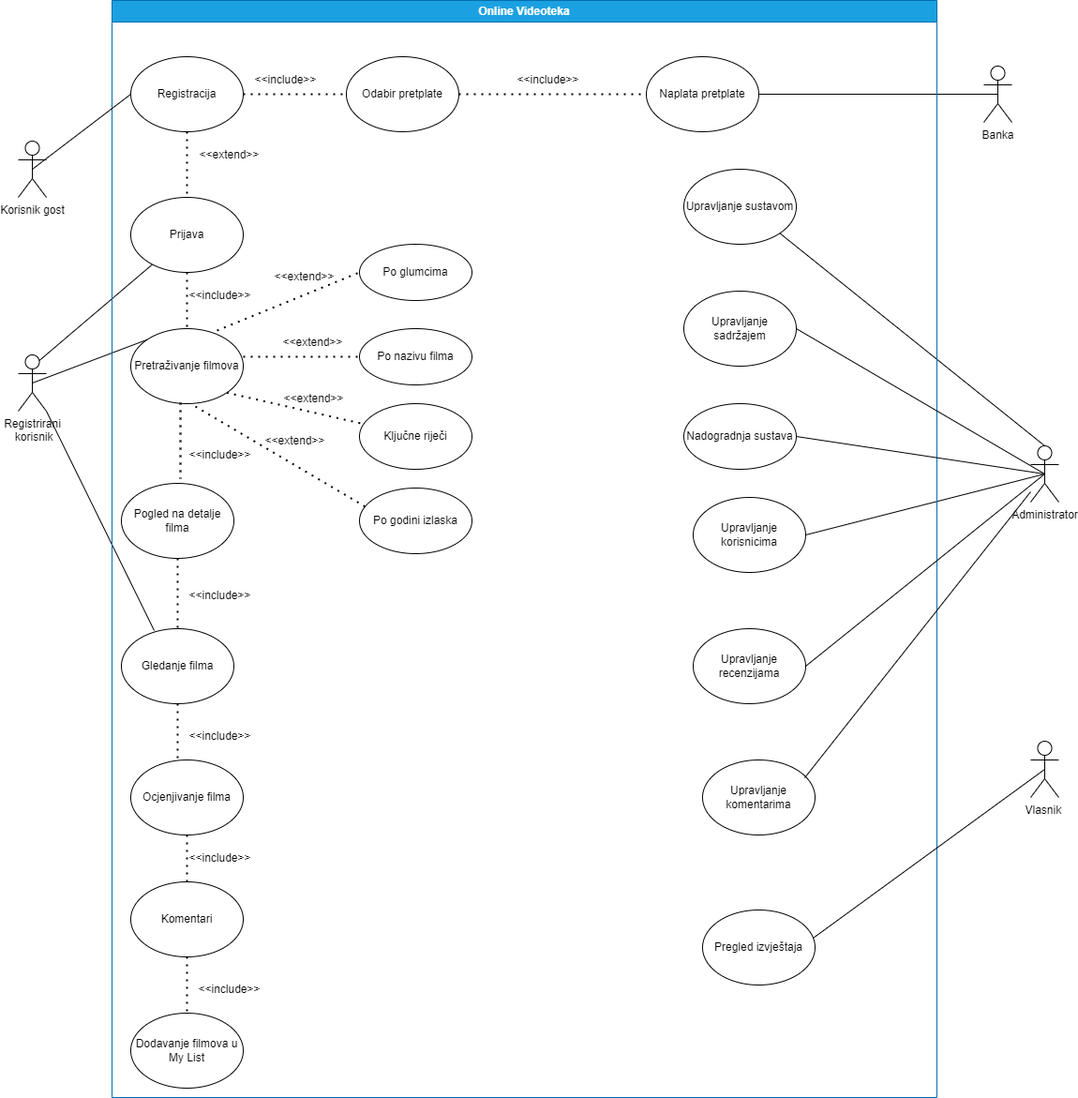
Earlier version of the draw.io export Dijagrami/Use-Case Dijagram.png (hrvojesesar/PIS-Projekt). Source tidied: cells renumbered, new cells last; positions are measured from the earlier drawing's top-left corner, leaving out a move shared by most shapes.
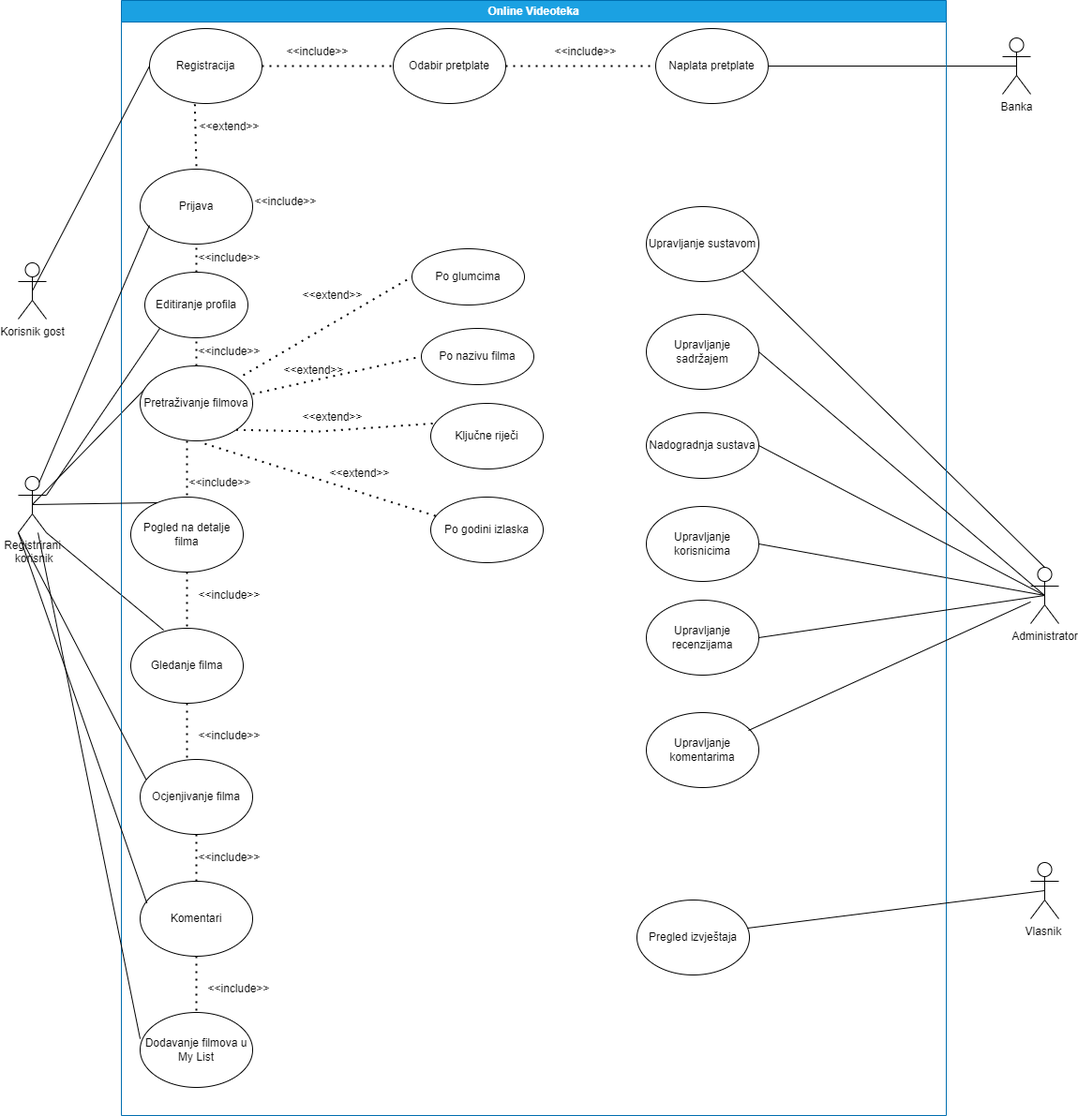
After the commit.

Change to the diagram source:
```diff
@@ -7,13 +7,2 @@
     </mxCell>
-    <mxCell id="3" value="Registracija" style="ellipse;whiteSpace=wrap;html=1;" parent="1" vertex="1">
-      <mxGeometry x="120" y="60" width="120" height="80" as="geometry" />
-    </mxCell>
-    <mxCell id="4" style="endArrow=none;html=1;rounded=0;exitX=0.75;exitY=0.1;exitDx=0;exitDy=0;exitPerimeter=0;" parent="1" edge="1" source="2" target="33">
-      <mxGeometry relative="1" as="geometry" />
-    </mxCell>
-    <mxCell id="5" style="endArrow=none;dashed=1;html=1;dashPattern=1 3;strokeWidth=2;rounded=0;exitX=1;exitY=0.5;exitDx=0;exitDy=0;" parent="1" edge="1" source="3">
-      <mxGeometry relative="1" as="geometry">
-        <mxPoint x="350" y="100" as="targetPoint" />
-      </mxGeometry>
-    </mxCell>
     <mxCell id="6" value="&amp;lt;&amp;lt;include&amp;gt;&amp;gt;" style="text;html=1;align=center;verticalAlign=middle;strokeColor=none;fillColor=none;" parent="1" vertex="1">
@@ -21,8 +10,2 @@
     </mxCell>
-    <mxCell id="7" value="Odabir pretplate" style="ellipse;whiteSpace=wrap;html=1;" parent="1" vertex="1">
-      <mxGeometry x="350" y="60" width="120" height="80" as="geometry" />
-    </mxCell>
-    <mxCell id="8" value="Pretraživanje filmova" style="ellipse;whiteSpace=wrap;html=1;" parent="1" vertex="1">
-      <mxGeometry x="120" y="350" width="120" height="80" as="geometry" />
-    </mxCell>
     <mxCell id="9" style="endArrow=none;html=1;rounded=0;entryX=0;entryY=0;entryDx=0;entryDy=0;exitX=0.5;exitY=0.5;exitDx=0;exitDy=0;exitPerimeter=0;" parent="1" edge="1" source="2" target="8">
@@ -30,17 +13,2 @@
     </mxCell>
-    <mxCell id="10" style="endArrow=none;dashed=1;html=1;dashPattern=1 3;strokeWidth=2;rounded=0;exitX=0.767;exitY=0.025;exitDx=0;exitDy=0;exitPerimeter=0;entryX=0;entryY=0.5;entryDx=0;entryDy=0;" parent="1" edge="1" source="8" target="42">
-      <mxGeometry relative="1" as="geometry" />
-    </mxCell>
-    <mxCell id="11" value="Po nazivu filma" style="ellipse;whiteSpace=wrap;html=1;" parent="1" vertex="1">
-      <mxGeometry x="364" y="350" width="120" height="60" as="geometry" />
-    </mxCell>
-    <mxCell id="12" style="endArrow=none;dashed=1;html=1;dashPattern=1 3;strokeWidth=2;rounded=0;exitX=1;exitY=0.375;exitDx=0;exitDy=0;exitPerimeter=0;entryX=0;entryY=0.5;entryDx=0;entryDy=0;" parent="1" edge="1" source="8" target="11">
-      <mxGeometry relative="1" as="geometry" />
-    </mxCell>
-    <mxCell id="13" style="endArrow=none;dashed=1;html=1;dashPattern=1 3;strokeWidth=2;rounded=0;exitX=0.575;exitY=1.038;exitDx=0;exitDy=0;exitPerimeter=0;entryX=0.067;entryY=0.3;entryDx=0;entryDy=0;entryPerimeter=0;" parent="1" edge="1" source="8" target="41">
-      <mxGeometry relative="1" as="geometry" />
-    </mxCell>
-    <mxCell id="14" value="&amp;lt;&amp;lt;extend&amp;gt;&amp;gt;" style="text;html=1;align=center;verticalAlign=middle;strokeColor=none;fillColor=none;" parent="1" vertex="1">
-      <mxGeometry x="269" y="350" width="90" height="30" as="geometry" />
-    </mxCell>
     <mxCell id="15" style="endArrow=none;html=1;rounded=0;exitX=1;exitY=1;exitDx=0;exitDy=0;exitPerimeter=0;entryX=0.292;entryY=0.025;entryDx=0;entryDy=0;entryPerimeter=0;" parent="1" edge="1" source="2" target="37">
@@ -48,13 +16,2 @@
     </mxCell>
-    <mxCell id="16" style="endArrow=none;dashed=1;html=1;dashPattern=1 3;strokeWidth=2;rounded=0;exitX=1;exitY=0.5;exitDx=0;exitDy=0;" parent="1" edge="1" source="7">
-      <mxGeometry relative="1" as="geometry">
-        <mxPoint x="670" y="100" as="targetPoint" />
-      </mxGeometry>
-    </mxCell>
-    <mxCell id="17" value="&amp;lt;&amp;lt;include&amp;gt;&amp;gt;" style="text;html=1;align=center;verticalAlign=middle;strokeColor=none;fillColor=none;" parent="1" vertex="1">
-      <mxGeometry x="520" y="70" width="90" height="30" as="geometry" />
-    </mxCell>
-    <mxCell id="18" value="Naplata pretplate" style="ellipse;whiteSpace=wrap;html=1;" parent="1" vertex="1">
-      <mxGeometry x="670" y="60" width="120" height="80" as="geometry" />
-    </mxCell>
     <mxCell id="19" style="endArrow=none;html=1;rounded=0;exitX=1;exitY=0.5;exitDx=0;exitDy=0;entryX=0.5;entryY=0.5;entryDx=0;entryDy=0;entryPerimeter=0;" parent="1" edge="1" source="18" target="20">
@@ -63,3 +20,3 @@
     <mxCell id="20" value="Banka" style="shape=umlActor;verticalLabelPosition=bottom;verticalAlign=top;html=1;outlineConnect=0;" parent="1" vertex="1">
-      <mxGeometry x="1030" y="70" width="30" height="60" as="geometry" />
+      <mxGeometry x="1050" y="-90" width="30" height="60" as="geometry" />
     </mxCell>
@@ -75,39 +32,39 @@
     <mxCell id="24" value="Online Videoteka" style="swimlane;whiteSpace=wrap;html=1;strokeColor=#006EAF;fillColor=#1ba1e2;fontColor=#ffffff;" parent="1" vertex="1">
-      <mxGeometry x="100" width="880" height="1170" as="geometry" />
+      <mxGeometry x="110" y="-130" width="880" height="1190" as="geometry" />
     </mxCell>
     <mxCell id="25" value="Nadogradnja sustava" style="ellipse;whiteSpace=wrap;html=1;" parent="24" vertex="1">
-      <mxGeometry x="610" y="430" width="120" height="70" as="geometry" />
+      <mxGeometry x="560" y="440" width="120" height="70" as="geometry" />
     </mxCell>
     <mxCell id="26" value="Upravljanje korisnicima" style="ellipse;whiteSpace=wrap;html=1;" parent="24" vertex="1">
-      <mxGeometry x="620" y="530" width="120" height="80" as="geometry" />
+      <mxGeometry x="560" y="540" width="120" height="80" as="geometry" />
     </mxCell>
     <mxCell id="27" value="Upravljanje recenzijama" style="ellipse;whiteSpace=wrap;html=1;" parent="24" vertex="1">
-      <mxGeometry x="620" y="670" width="120" height="80" as="geometry" />
+      <mxGeometry x="560" y="640" width="120" height="80" as="geometry" />
     </mxCell>
     <mxCell id="28" value="Upravljanje sadržajem" style="ellipse;whiteSpace=wrap;html=1;" parent="24" vertex="1">
-      <mxGeometry x="610" y="310" width="120" height="80" as="geometry" />
+      <mxGeometry x="560" y="335" width="120" height="80" as="geometry" />
     </mxCell>
     <mxCell id="29" value="Upravljanje sustavom" style="ellipse;whiteSpace=wrap;html=1;" parent="24" vertex="1">
-      <mxGeometry x="610" y="180" width="120" height="80" as="geometry" />
+      <mxGeometry x="560" y="220" width="120" height="80" as="geometry" />
     </mxCell>
     <mxCell id="30" value="Upravljanje komentarima" style="ellipse;whiteSpace=wrap;html=1;" parent="24" vertex="1">
-      <mxGeometry x="630" y="810" width="120" height="80" as="geometry" />
+      <mxGeometry x="560" y="760" width="120" height="80" as="geometry" />
     </mxCell>
     <mxCell id="31" value="Pregled izvještaja" style="ellipse;whiteSpace=wrap;html=1;" parent="24" vertex="1">
-      <mxGeometry x="630" y="970" width="120" height="80" as="geometry" />
+      <mxGeometry x="550" y="960" width="120" height="80" as="geometry" />
     </mxCell>
     <mxCell id="32" value="&amp;lt;&amp;lt;extend&amp;gt;&amp;gt;" style="text;html=1;align=center;verticalAlign=middle;strokeColor=none;fillColor=none;" parent="24" vertex="1">
-      <mxGeometry x="80" y="150" width="90" height="30" as="geometry" />
+      <mxGeometry x="70" y="120" width="90" height="30" as="geometry" />
     </mxCell>
     <mxCell id="33" value="Prijava" style="ellipse;whiteSpace=wrap;html=1;" parent="24" vertex="1">
-      <mxGeometry x="20" y="210" width="120" height="80" as="geometry" />
+      <mxGeometry x="20" y="180" width="120" height="80" as="geometry" />
     </mxCell>
     <mxCell id="34" value="&amp;lt;&amp;lt;extend&amp;gt;&amp;gt;" style="text;html=1;align=center;verticalAlign=middle;strokeColor=none;fillColor=none;" parent="24" vertex="1">
-      <mxGeometry x="160" y="280" width="90" height="30" as="geometry" />
+      <mxGeometry x="180" y="300" width="90" height="30" as="geometry" />
     </mxCell>
     <mxCell id="35" value="&amp;lt;&amp;lt;include&amp;gt;&amp;gt;" style="text;html=1;align=center;verticalAlign=middle;strokeColor=none;fillColor=none;" parent="24" vertex="1">
-      <mxGeometry x="70" y="300" width="90" height="30" as="geometry" />
+      <mxGeometry x="70" y="260" width="90" height="30" as="geometry" />
     </mxCell>
     <mxCell id="36" value="&amp;lt;&amp;lt;include&amp;gt;&amp;gt;" style="text;html=1;align=center;verticalAlign=middle;strokeColor=none;fillColor=none;" parent="24" vertex="1">
-      <mxGeometry x="70" y="470" width="90" height="30" as="geometry" />
+      <mxGeometry x="60" y="500" width="90" height="30" as="geometry" />
     </mxCell>
@@ -126,6 +83,6 @@
     <mxCell id="41" value="Po godini izlaska" style="ellipse;whiteSpace=wrap;html=1;" parent="24" vertex="1">
-      <mxGeometry x="264" y="520" width="120" height="70" as="geometry" />
+      <mxGeometry x="330" y="530" width="120" height="70" as="geometry" />
     </mxCell>
     <mxCell id="42" value="Po glumcima" style="ellipse;whiteSpace=wrap;html=1;" parent="24" vertex="1">
-      <mxGeometry x="264" y="260" width="120" height="60" as="geometry" />
+      <mxGeometry x="310" y="265" width="120" height="60" as="geometry" />
     </mxCell>
@@ -149,3 +106,3 @@
     <mxCell id="48" value="&amp;lt;&amp;lt;extend&amp;gt;&amp;gt;" style="text;html=1;align=center;verticalAlign=middle;strokeColor=none;fillColor=none;" parent="24" vertex="1">
-      <mxGeometry x="150" y="455" width="90" height="30" as="geometry" />
+      <mxGeometry x="209" y="490" width="90" height="30" as="geometry" />
     </mxCell>
@@ -155,3 +112,3 @@
     <mxCell id="50" value="Pogled na detalje filma" style="ellipse;whiteSpace=wrap;html=1;" parent="24" vertex="1">
-      <mxGeometry x="10" y="515" width="120" height="80" as="geometry" />
+      <mxGeometry x="10" y="530" width="120" height="80" as="geometry" />
     </mxCell>
@@ -164,7 +121,78 @@
     <mxCell id="53" value="Ključne riječi" style="ellipse;whiteSpace=wrap;html=1;" parent="24" vertex="1">
-      <mxGeometry x="264" y="430" width="120" height="70" as="geometry" />
+      <mxGeometry x="330" y="430" width="120" height="70" as="geometry" />
     </mxCell>
     <mxCell id="54" value="&amp;lt;&amp;lt;extend&amp;gt;&amp;gt;" style="text;html=1;align=center;verticalAlign=middle;strokeColor=none;fillColor=none;" parent="24" vertex="1">
-      <mxGeometry x="170" y="410" width="90" height="30" as="geometry" />
+      <mxGeometry x="160" y="380" width="90" height="30" as="geometry" />
     </mxCell>
+    <mxCell id="3" value="Registracija" style="ellipse;whiteSpace=wrap;html=1;" parent="24" vertex="1">
+      <mxGeometry x="30" y="30" width="120" height="80" as="geometry" />
+    </mxCell>
+    <mxCell id="63" style="endArrow=none;dashed=1;html=1;dashPattern=1 3;strokeWidth=2;rounded=0;exitX=0.403;exitY=1.01;exitDx=0;exitDy=0;entryX=0.5;entryY=0;entryDx=0;entryDy=0;exitPerimeter=0;" parent="24" edge="1" source="3" target="33">
+      <mxGeometry relative="1" as="geometry" />
+    </mxCell>
+    <mxCell id="11" value="Po nazivu filma" style="ellipse;whiteSpace=wrap;html=1;" parent="24" vertex="1">
+      <mxGeometry x="320" y="350" width="120" height="60" as="geometry" />
+    </mxCell>
+    <mxCell id="14" value="&amp;lt;&amp;lt;extend&amp;gt;&amp;gt;" style="text;html=1;align=center;verticalAlign=middle;strokeColor=none;fillColor=none;" parent="24" vertex="1">
+      <mxGeometry x="180" y="430" width="90" height="30" as="geometry" />
+    </mxCell>
+    <mxCell id="8" value="Pretraživanje filmova" style="ellipse;whiteSpace=wrap;html=1;" parent="24" vertex="1">
+      <mxGeometry x="20" y="390" width="120" height="80" as="geometry" />
+    </mxCell>
+    <mxCell id="10" style="endArrow=none;dashed=1;html=1;dashPattern=1 3;strokeWidth=2;rounded=0;exitX=0.917;exitY=0.125;exitDx=0;exitDy=0;exitPerimeter=0;entryX=0;entryY=0.5;entryDx=0;entryDy=0;" parent="24" edge="1" source="8" target="42">
+      <mxGeometry relative="1" as="geometry" />
+    </mxCell>
+    <mxCell id="12" style="endArrow=none;dashed=1;html=1;dashPattern=1 3;strokeWidth=2;rounded=0;exitX=1;exitY=0.375;exitDx=0;exitDy=0;exitPerimeter=0;entryX=0;entryY=0.5;entryDx=0;entryDy=0;" parent="24" edge="1" source="8" target="11">
+      <mxGeometry relative="1" as="geometry" />
+    </mxCell>
+    <mxCell id="13" style="endArrow=none;dashed=1;html=1;dashPattern=1 3;strokeWidth=2;rounded=0;exitX=0.575;exitY=1.038;exitDx=0;exitDy=0;exitPerimeter=0;entryX=0.067;entryY=0.3;entryDx=0;entryDy=0;entryPerimeter=0;" parent="24" edge="1" source="8" target="41">
+      <mxGeometry relative="1" as="geometry" />
+    </mxCell>
+    <mxCell id="66" style="endArrow=none;dashed=1;html=1;dashPattern=1 3;strokeWidth=2;rounded=0;exitX=1;exitY=1;exitDx=0;exitDy=0;entryX=0.027;entryY=0.306;entryDx=0;entryDy=0;entryPerimeter=0;" parent="24" edge="1" source="8" target="53">
+      <mxGeometry relative="1" as="geometry">
+        <Array as="points">
+          <mxPoint x="210" y="460" />
+        </Array>
+      </mxGeometry>
+    </mxCell>
+    <mxCell id="67" value="Editiranje profila" style="ellipse;whiteSpace=wrap;html=1;" parent="24" vertex="1">
+      <mxGeometry x="25" y="290" width="110" height="70" as="geometry" />
+    </mxCell>
+    <mxCell id="4" style="endArrow=none;html=1;rounded=0;exitX=0.75;exitY=0.1;exitDx=0;exitDy=0;exitPerimeter=0;" parent="24" edge="1" source="2">
+      <mxGeometry relative="1" as="geometry">
+        <mxPoint x="30" y="240" as="targetPoint" />
+      </mxGeometry>
+    </mxCell>
+    <mxCell id="68" style="endArrow=none;dashed=1;html=1;dashPattern=1 3;strokeWidth=2;rounded=0;entryX=0.5;entryY=1;entryDx=0;entryDy=0;exitX=0.5;exitY=0;exitDx=0;exitDy=0;" parent="24" edge="1" source="67" target="33">
+      <mxGeometry relative="1" as="geometry" />
+    </mxCell>
+    <mxCell id="69" style="endArrow=none;dashed=1;html=1;dashPattern=1 3;strokeWidth=2;rounded=0;entryX=0.5;entryY=1;entryDx=0;entryDy=0;exitX=0.5;exitY=0;exitDx=0;exitDy=0;" parent="24" edge="1" source="8" target="67">
+      <mxGeometry relative="1" as="geometry" />
+    </mxCell>
+    <mxCell id="70" value="&amp;lt;&amp;lt;include&amp;gt;&amp;gt;" style="text;html=1;align=center;verticalAlign=middle;strokeColor=none;fillColor=none;" parent="24" vertex="1">
+      <mxGeometry x="70" y="360" width="90" height="30" as="geometry" />
+    </mxCell>
+    <mxCell id="65" style="endArrow=none;dashed=1;html=1;dashPattern=1 3;strokeWidth=2;rounded=0;entryX=0.5;entryY=0;entryDx=0;entryDy=0;" parent="24" edge="1" target="50">
+      <mxGeometry relative="1" as="geometry">
+        <mxPoint x="70" y="470" as="sourcePoint" />
+      </mxGeometry>
+    </mxCell>
+    <mxCell id="7" value="Odabir pretplate" style="ellipse;whiteSpace=wrap;html=1;" parent="24" vertex="1">
+      <mxGeometry x="290" y="30" width="120" height="80" as="geometry" />
+    </mxCell>
+    <mxCell id="5" style="endArrow=none;dashed=1;html=1;dashPattern=1 3;strokeWidth=2;rounded=0;exitX=1;exitY=0.5;exitDx=0;exitDy=0;entryX=0;entryY=0.5;entryDx=0;entryDy=0;" parent="24" edge="1" source="3" target="7">
+      <mxGeometry relative="1" as="geometry" />
+    </mxCell>
+    <mxCell id="18" value="Naplata pretplate" style="ellipse;whiteSpace=wrap;html=1;" parent="24" vertex="1">
+      <mxGeometry x="570" y="30" width="120" height="80" as="geometry" />
+    </mxCell>
+    <mxCell id="16" style="endArrow=none;dashed=1;html=1;dashPattern=1 3;strokeWidth=2;rounded=0;exitX=1;exitY=0.5;exitDx=0;exitDy=0;entryX=0;entryY=0.5;entryDx=0;entryDy=0;" parent="24" edge="1" source="7" target="18">
+      <mxGeometry relative="1" as="geometry" />
+    </mxCell>
+    <mxCell id="17" value="&amp;lt;&amp;lt;include&amp;gt;&amp;gt;" style="text;html=1;align=center;verticalAlign=middle;strokeColor=none;fillColor=none;" parent="24" vertex="1">
+      <mxGeometry x="450" y="40" width="90" height="30" as="geometry" />
+    </mxCell>
+    <mxCell id="71" value="&amp;lt;&amp;lt;include&amp;gt;&amp;gt;" style="text;html=1;align=center;verticalAlign=middle;strokeColor=none;fillColor=none;" parent="24" vertex="1">
+      <mxGeometry x="164" y="40" width="90" height="30" as="geometry" />
+    </mxCell>
     <mxCell id="55" value="Korisnik gost" style="shape=umlActor;verticalLabelPosition=bottom;verticalAlign=top;html=1;outlineConnect=0;" parent="1" vertex="1">
@@ -193,16 +221,17 @@
     </mxCell>
-    <mxCell id="63" style="endArrow=none;dashed=1;html=1;dashPattern=1 3;strokeWidth=2;rounded=0;exitX=0.5;exitY=1;exitDx=0;exitDy=0;entryX=0.5;entryY=0;entryDx=0;entryDy=0;" parent="1" edge="1" source="3" target="33">
-      <mxGeometry relative="1" as="geometry" />
-    </mxCell>
-    <mxCell id="64" style="endArrow=none;dashed=1;html=1;dashPattern=1 3;strokeWidth=2;rounded=0;exitX=0.5;exitY=1;exitDx=0;exitDy=0;" parent="1" edge="1" source="33" target="8">
-      <mxGeometry relative="1" as="geometry" />
-    </mxCell>
-    <mxCell id="65" style="endArrow=none;dashed=1;html=1;dashPattern=1 3;strokeWidth=2;rounded=0;exitX=0.442;exitY=0.988;exitDx=0;exitDy=0;exitPerimeter=0;" parent="1" edge="1" source="8">
-      <mxGeometry relative="1" as="geometry">
-        <mxPoint x="173" y="510" as="targetPoint" />
-      </mxGeometry>
-    </mxCell>
-    <mxCell id="66" style="endArrow=none;dashed=1;html=1;dashPattern=1 3;strokeWidth=2;rounded=0;exitX=1;exitY=1;exitDx=0;exitDy=0;entryX=0.027;entryY=0.306;entryDx=0;entryDy=0;entryPerimeter=0;" parent="1" edge="1" source="8" target="53">
-      <mxGeometry relative="1" as="geometry" />
-    </mxCell>
+    <mxCell id="72" style="endArrow=none;html=1;rounded=0;exitX=0.5;exitY=0.5;exitDx=0;exitDy=0;exitPerimeter=0;entryX=0.237;entryY=0.075;entryDx=0;entryDy=0;entryPerimeter=0;" parent="1" edge="1" source="2" target="50">
+      <mxGeometry relative="1" as="geometry" />
+    </mxCell>
+    <mxCell id="73" style="endArrow=none;html=1;rounded=0;exitX=0;exitY=1;exitDx=0;exitDy=0;exitPerimeter=0;entryX=0.053;entryY=0.268;entryDx=0;entryDy=0;entryPerimeter=0;" parent="1" edge="1" source="2" target="38">
+      <mxGeometry relative="1" as="geometry" />
+    </mxCell>
+    <mxCell id="74" style="endArrow=none;html=1;rounded=0;exitX=0;exitY=1;exitDx=0;exitDy=0;exitPerimeter=0;entryX=0.06;entryY=0.292;entryDx=0;entryDy=0;entryPerimeter=0;" parent="1" edge="1" source="2" target="40">
+      <mxGeometry relative="1" as="geometry" />
+    </mxCell>
+    <mxCell id="75" style="endArrow=none;html=1;rounded=0;entryX=0;entryY=0.352;entryDx=0;entryDy=0;entryPerimeter=0;" parent="1" edge="1" source="2" target="39">
+      <mxGeometry relative="1" as="geometry" />
+    </mxCell>
+    <mxCell id="76" style="endArrow=none;html=1;rounded=0;exitX=1;exitY=0.3333333333333333;exitDx=0;exitDy=0;exitPerimeter=0;entryX=0;entryY=1;entryDx=0;entryDy=0;" parent="1" edge="1" source="2" target="67">
+      <mxGeometry relative="1" as="geometry" />
+    </mxCell>
   </root>
```
